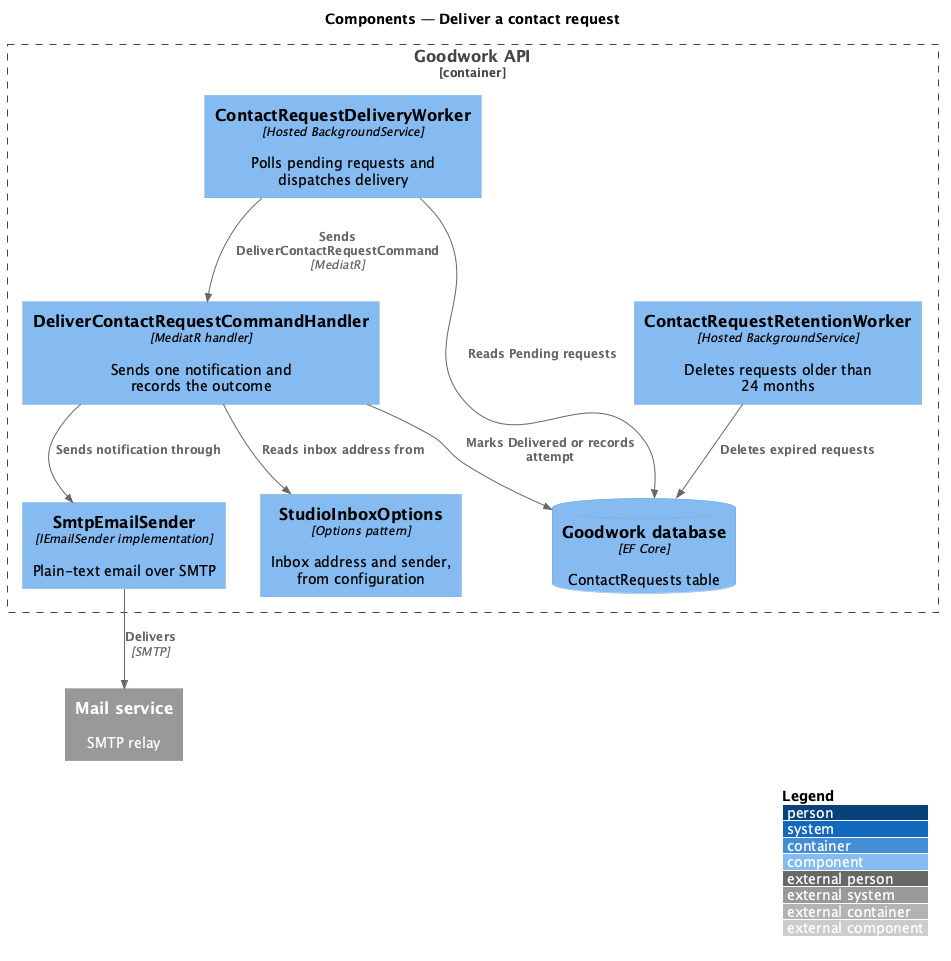
This is docs/detailed-designs/contact/deliver-contact-request/diagrams/c4-component.png from QuinntyneBrown/goodwork, a PlantUML export, as it was before one commit.
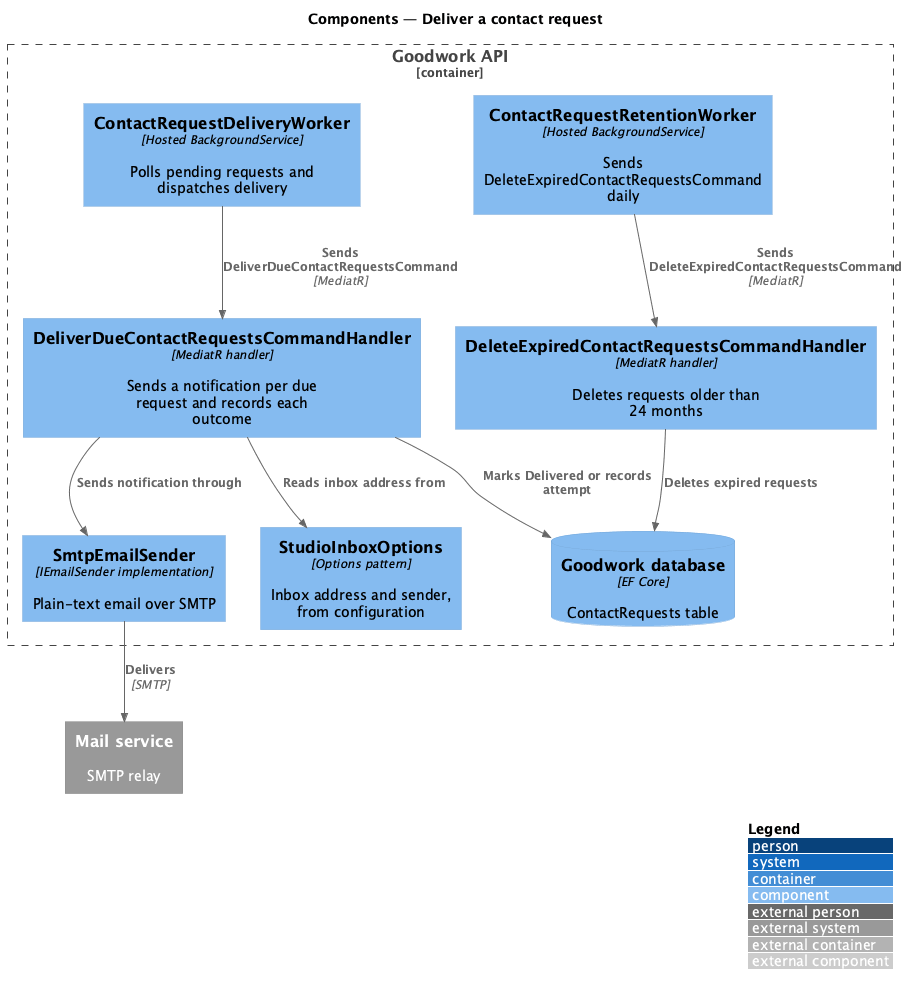
The same file after the commit.

Diff of the diagram source:
```diff
@@ -5,18 +5,19 @@
 
 Container_Boundary(api, "Goodwork API") {
   Component(worker, "ContactRequestDeliveryWorker", "Hosted BackgroundService", "Polls pending requests and dispatches delivery")
-  Component(handler, "DeliverContactRequestCommandHandler", "MediatR handler", "Sends one notification and records the outcome")
+  Component(handler, "DeliverDueContactRequestsCommandHandler", "MediatR handler", "Sends a notification per due request and records each outcome")
   Component(sender, "SmtpEmailSender", "IEmailSender implementation", "Plain-text email over SMTP")
   Component(options, "StudioInboxOptions", "Options pattern", "Inbox address and sender, from configuration")
-  Component(retention, "ContactRequestRetentionWorker", "Hosted BackgroundService", "Deletes requests older than 24 months")
+  Component(retention, "ContactRequestRetentionWorker", "Hosted BackgroundService", "Sends DeleteExpiredContactRequestsCommand daily")
+  Component(expiry, "DeleteExpiredContactRequestsCommandHandler", "MediatR handler", "Deletes requests older than 24 months")
   ComponentDb(db, "Goodwork database", "EF Core", "ContactRequests table")
 }
 System_Ext(mail, "Mail service", "SMTP relay")
-Rel(worker, db, "Reads Pending requests")
-Rel(worker, handler, "Sends DeliverContactRequestCommand", "MediatR")
+Rel(worker, handler, "Sends DeliverDueContactRequestsCommand", "MediatR")
 Rel(handler, options, "Reads inbox address from")
 Rel(handler, sender, "Sends notification through")
 Rel(sender, mail, "Delivers", "SMTP")
 Rel(handler, db, "Marks Delivered or records attempt")
-Rel(retention, db, "Deletes expired requests")
+Rel(retention, expiry, "Sends DeleteExpiredContactRequestsCommand", "MediatR")
+Rel(expiry, db, "Deletes expired requests")
 @enduml
```
